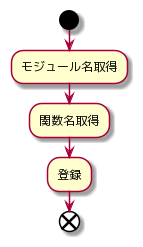
Before: doc/moray/uml/python/moray.expose.png, a diagram exported from PlantUML (hirorich/moray). The source it was exported from:
```plantuml
@startuml
start
:モジュール名取得;
:関数名取得;
:登録;
end
@enduml
```
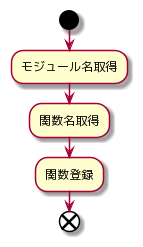
After the change.

Change to the diagram source:
```diff
@@ -2,6 +2,6 @@
 start
 :モジュール名取得;
 :関数名取得;
-:登録;
+:関数登録;
 end
 @enduml
```
